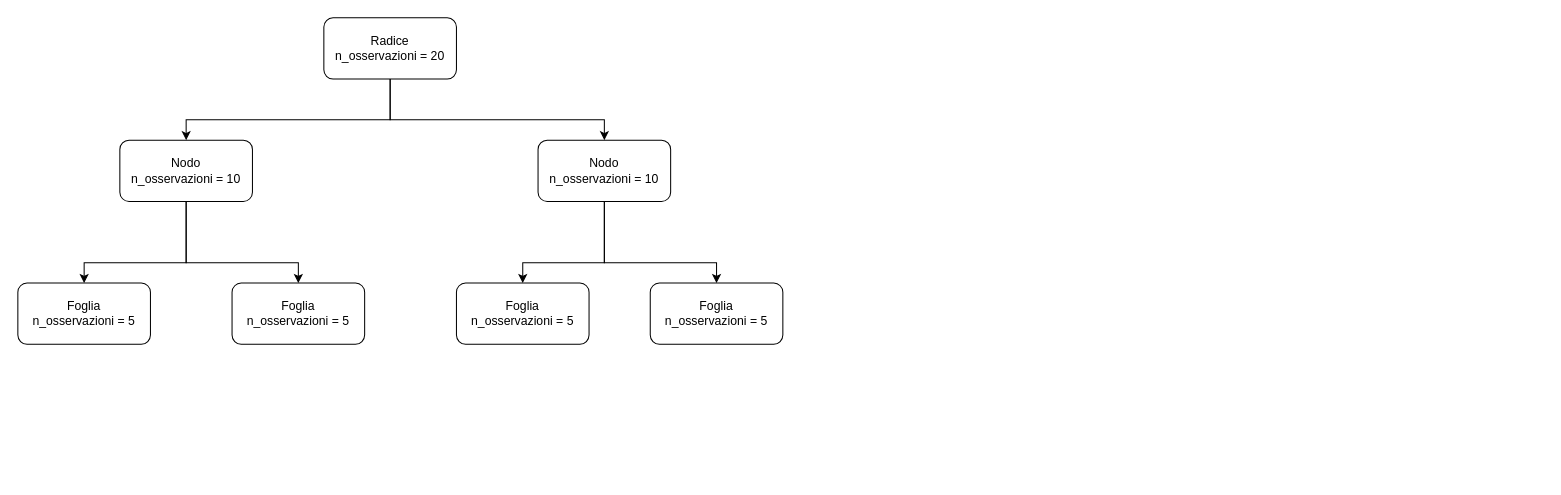
Above: IdentificaSatelliti/Diagramma senza titolo.drawio in UnJay-0/Tirocinio (draw.io), before the change. Source tidied: cells renumbered, new cells numbered last; positions are measured from the earlier drawing's top-left corner, leaving out a move shared by most shapes. Both pictures are drawn from the tidied source at 102%, with x=0, y=0 at pixel (17, 17).
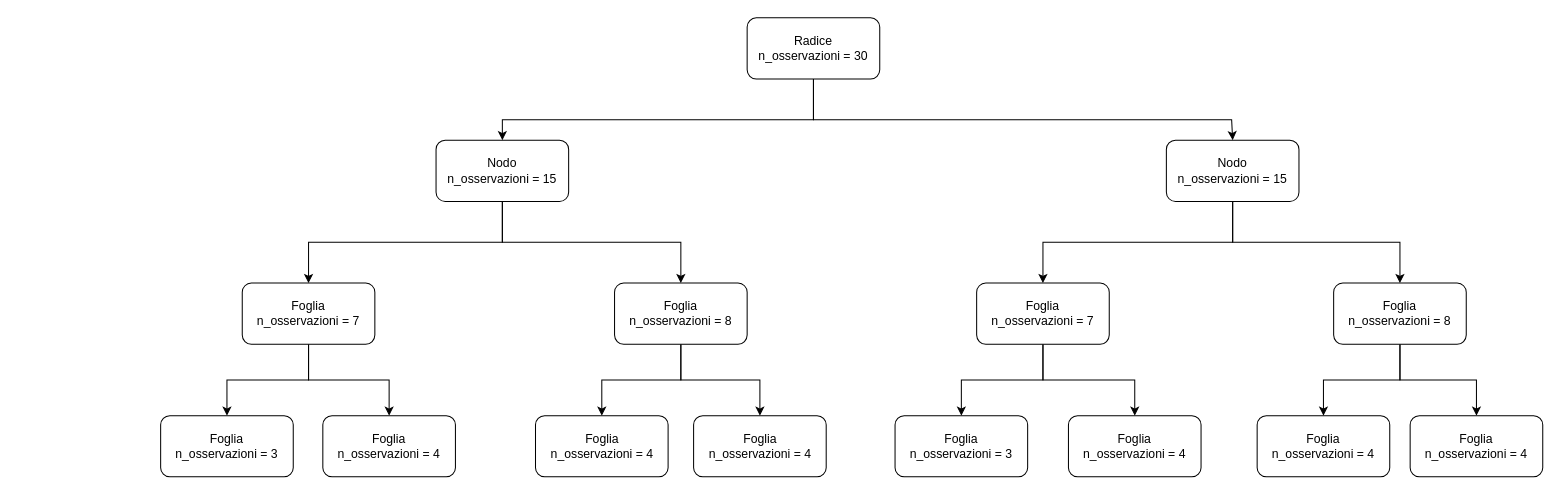
The same diagram, later.

Change to the diagram source:
```diff
@@
-    <mxCell id="2" value="Radice&lt;br&gt;n_osservazioni = 20" style="rounded=1;whiteSpace=wrap;html=1;fontSize=12;glass=0;strokeWidth=1;shadow=0;" parent="1" vertex="1">
-      <mxGeometry x="300" width="130" height="60" as="geometry" />
+    <mxCell id="2" value="Radice&lt;br&gt;n_osservazioni = 30" style="rounded=1;whiteSpace=wrap;html=1;fontSize=12;glass=0;strokeWidth=1;shadow=0;" parent="1" vertex="1">
+      <mxGeometry x="715" width="130" height="60" as="geometry" />
     </mxCell>
+    <mxCell id="11" style="edgeStyle=orthogonalEdgeStyle;rounded=0;jettySize=auto;html=1;exitX=0.5;exitY=1;exitDx=0;exitDy=0;entryX=0.5;entryY=0;entryDx=0;entryDy=0;" parent="1" edge="1" source="3" target="7">
+      <mxGeometry relative="1" as="geometry" />
+    </mxCell>
+    <mxCell id="12" style="edgeStyle=orthogonalEdgeStyle;rounded=0;jettySize=auto;html=1;exitX=0.5;exitY=1;exitDx=0;exitDy=0;entryX=0.5;entryY=0;entryDx=0;entryDy=0;" parent="1" edge="1" source="3" target="8">
+      <mxGeometry relative="1" as="geometry" />
+    </mxCell>
-    <mxCell id="3" value="Nodo&lt;br&gt;n_osservazioni = 10" style="rounded=1;whiteSpace=wrap;html=1;fontSize=12;glass=0;strokeWidth=1;shadow=0;" parent="1" vertex="1">
-      <mxGeometry x="100" y="120" width="130" height="60" as="geometry" />
+    <mxCell id="3" value="Nodo&lt;br&gt;n_osservazioni = 15" style="rounded=1;whiteSpace=wrap;html=1;fontSize=12;glass=0;strokeWidth=1;shadow=0;" parent="1" vertex="1">
+      <mxGeometry x="410" y="120" width="130" height="60" as="geometry" />
     </mxCell>
+    <mxCell id="13" style="edgeStyle=orthogonalEdgeStyle;rounded=0;jettySize=auto;html=1;exitX=0.5;exitY=1;exitDx=0;exitDy=0;entryX=0.5;entryY=0;entryDx=0;entryDy=0;" parent="1" edge="1" source="4" target="9">
+      <mxGeometry relative="1" as="geometry" />
+    </mxCell>
+    <mxCell id="14" style="edgeStyle=orthogonalEdgeStyle;rounded=0;jettySize=auto;html=1;exitX=0.5;exitY=1;exitDx=0;exitDy=0;entryX=0.5;entryY=0;entryDx=0;entryDy=0;" parent="1" edge="1" source="4" target="10">
+      <mxGeometry relative="1" as="geometry" />
+    </mxCell>
-    <mxCell id="4" value="Nodo&lt;br&gt;n_osservazioni = 10" style="rounded=1;whiteSpace=wrap;html=1;fontSize=12;glass=0;strokeWidth=1;shadow=0;" parent="1" vertex="1">
-      <mxGeometry x="510" y="120" width="130" height="60" as="geometry" />
+    <mxCell id="4" value="Nodo&lt;br&gt;n_osservazioni = 15" style="rounded=1;whiteSpace=wrap;html=1;fontSize=12;glass=0;strokeWidth=1;shadow=0;" parent="1" vertex="1">
+      <mxGeometry x="1126" y="120" width="130" height="60" as="geometry" />
     </mxCell>
     <mxCell id="5" style="endArrow=classic;html=1;rounded=0;exitX=0.5;exitY=1;exitDx=0;exitDy=0;entryX=0.5;entryY=0;entryDx=0;entryDy=0;" parent="1" edge="1" source="2" target="3">
       <mxGeometry relative="1" as="geometry">
         <Array as="points">
-          <mxPoint x="365" y="100" />
-          <mxPoint x="165" y="100" />
+          <mxPoint x="780" y="100" />
+          <mxPoint x="710" y="100" />
+          <mxPoint x="475" y="100" />
         </Array>
       </mxGeometry>
     </mxCell>
     <mxCell id="6" style="endArrow=classic;html=1;rounded=0;exitX=0.5;exitY=1;exitDx=0;exitDy=0;entryX=0.5;entryY=0;entryDx=0;entryDy=0;" parent="1" edge="1" source="2" target="4">
       <mxGeometry relative="1" as="geometry">
         <Array as="points">
-          <mxPoint x="365" y="100" />
-          <mxPoint x="575" y="100" />
+          <mxPoint x="780" y="100" />
+          <mxPoint x="870" y="100" />
+          <mxPoint x="1190" y="100" />
         </Array>
       </mxGeometry>
     </mxCell>
+    <mxCell id="15" style="edgeStyle=orthogonalEdgeStyle;rounded=0;jettySize=auto;html=1;exitX=0.5;exitY=1;exitDx=0;exitDy=0;entryX=0.5;entryY=0;entryDx=0;entryDy=0;" parent="1" edge="1" source="7" target="23">
+      <mxGeometry relative="1" as="geometry" />
+    </mxCell>
+    <mxCell id="16" style="edgeStyle=orthogonalEdgeStyle;rounded=0;jettySize=auto;html=1;exitX=0.5;exitY=1;exitDx=0;exitDy=0;entryX=0.5;entryY=0;entryDx=0;entryDy=0;" parent="1" edge="1" source="7" target="24">
+      <mxGeometry relative="1" as="geometry" />
+    </mxCell>
-    <mxCell id="7" value="Foglia&lt;br&gt;n_osservazioni = 5" style="rounded=1;whiteSpace=wrap;html=1;fontSize=12;glass=0;strokeWidth=1;shadow=0;" parent="1" vertex="1">
-      <mxGeometry y="260" width="130" height="60" as="geometry" />
+    <mxCell id="7" value="Foglia&lt;br&gt;n_osservazioni = 7" style="rounded=1;whiteSpace=wrap;html=1;fontSize=12;glass=0;strokeWidth=1;shadow=0;" parent="1" vertex="1">
+      <mxGeometry x="220" y="260" width="130" height="60" as="geometry" />
     </mxCell>
+    <mxCell id="17" style="edgeStyle=orthogonalEdgeStyle;rounded=0;jettySize=auto;html=1;exitX=0.5;exitY=1;exitDx=0;exitDy=0;entryX=0.5;entryY=0;entryDx=0;entryDy=0;" parent="1" edge="1" source="8" target="25">
+      <mxGeometry relative="1" as="geometry" />
+    </mxCell>
+    <mxCell id="18" style="edgeStyle=orthogonalEdgeStyle;rounded=0;jettySize=auto;html=1;exitX=0.5;exitY=1;exitDx=0;exitDy=0;entryX=0.5;entryY=0;entryDx=0;entryDy=0;" parent="1" edge="1" source="8" target="26">
+      <mxGeometry relative="1" as="geometry" />
+    </mxCell>
-    <mxCell id="8" value="Foglia&lt;br&gt;n_osservazioni = 5" style="rounded=1;whiteSpace=wrap;html=1;fontSize=12;glass=0;strokeWidth=1;shadow=0;" parent="1" vertex="1">
-      <mxGeometry x="210" y="260" width="130" height="60" as="geometry" />
+    <mxCell id="8" value="Foglia&lt;br&gt;n_osservazioni = 8" style="rounded=1;whiteSpace=wrap;html=1;fontSize=12;glass=0;strokeWidth=1;shadow=0;" parent="1" vertex="1">
+      <mxGeometry x="585" y="260" width="130" height="60" as="geometry" />
     </mxCell>
+    <mxCell id="19" style="edgeStyle=orthogonalEdgeStyle;rounded=0;jettySize=auto;html=1;exitX=0.5;exitY=1;exitDx=0;exitDy=0;" parent="1" edge="1" source="9" target="27">
+      <mxGeometry relative="1" as="geometry" />
+    </mxCell>
+    <mxCell id="20" style="edgeStyle=orthogonalEdgeStyle;rounded=0;jettySize=auto;html=1;exitX=0.5;exitY=1;exitDx=0;exitDy=0;" parent="1" edge="1" source="9" target="28">
+      <mxGeometry relative="1" as="geometry" />
+    </mxCell>
-    <mxCell id="9" value="Foglia&lt;br&gt;n_osservazioni = 5" style="rounded=1;whiteSpace=wrap;html=1;fontSize=12;glass=0;strokeWidth=1;shadow=0;" parent="1" vertex="1">
-      <mxGeometry x="430" y="260" width="130" height="60" as="geometry" />
+    <mxCell id="9" value="Foglia&lt;br&gt;n_osservazioni = 7" style="rounded=1;whiteSpace=wrap;html=1;fontSize=12;glass=0;strokeWidth=1;shadow=0;" parent="1" vertex="1">
+      <mxGeometry x="940" y="260" width="130" height="60" as="geometry" />
     </mxCell>
+    <mxCell id="21" style="edgeStyle=orthogonalEdgeStyle;rounded=0;jettySize=auto;html=1;exitX=0.5;exitY=1;exitDx=0;exitDy=0;entryX=0.5;entryY=0;entryDx=0;entryDy=0;" parent="1" edge="1" source="10" target="29">
+      <mxGeometry relative="1" as="geometry" />
+    </mxCell>
+    <mxCell id="22" style="edgeStyle=orthogonalEdgeStyle;rounded=0;jettySize=auto;html=1;exitX=0.5;exitY=1;exitDx=0;exitDy=0;entryX=0.5;entryY=0;entryDx=0;entryDy=0;" parent="1" edge="1" source="10" target="30">
+      <mxGeometry relative="1" as="geometry" />
+    </mxCell>
-    <mxCell id="10" value="Foglia&lt;br&gt;n_osservazioni = 5" style="rounded=1;whiteSpace=wrap;html=1;fontSize=12;glass=0;strokeWidth=1;shadow=0;" parent="1" vertex="1">
-      <mxGeometry x="620" y="260" width="130" height="60" as="geometry" />
+    <mxCell id="10" value="Foglia&lt;br&gt;n_osservazioni = 8" style="rounded=1;whiteSpace=wrap;html=1;fontSize=12;glass=0;strokeWidth=1;shadow=0;" parent="1" vertex="1">
+      <mxGeometry x="1290" y="260" width="130" height="60" as="geometry" />
     </mxCell>
-    <mxCell id="11" style="endArrow=classic;html=1;rounded=0;exitX=0.5;exitY=1;exitDx=0;exitDy=0;entryX=0.5;entryY=0;entryDx=0;entryDy=0;" parent="1" edge="1" source="3" target="7">
-      <mxGeometry relative="1" as="geometry">
-        <Array as="points">
-          <mxPoint x="165" y="240" />
-          <mxPoint x="65" y="240" />
-        </Array>
-      </mxGeometry>
-    </mxCell>
-    <mxCell id="12" style="endArrow=classic;html=1;rounded=0;entryX=0.5;entryY=0;entryDx=0;entryDy=0;exitX=0.5;exitY=1;exitDx=0;exitDy=0;" parent="1" edge="1" source="3" target="8">
-      <mxGeometry relative="1" as="geometry">
-        <Array as="points">
-          <mxPoint x="165" y="240" />
-          <mxPoint x="275" y="240" />
-        </Array>
-      </mxGeometry>
-    </mxCell>
-    <mxCell id="13" style="endArrow=classic;html=1;rounded=0;exitX=0.5;exitY=1;exitDx=0;exitDy=0;entryX=0.5;entryY=0;entryDx=0;entryDy=0;" parent="1" edge="1" source="4" target="9">
-      <mxGeometry relative="1" as="geometry">
-        <Array as="points">
-          <mxPoint x="575" y="240" />
-          <mxPoint x="495" y="240" />
-        </Array>
-      </mxGeometry>
-    </mxCell>
-    <mxCell id="14" style="endArrow=classic;html=1;rounded=0;entryX=0.5;entryY=0;entryDx=0;entryDy=0;exitX=0.5;exitY=1;exitDx=0;exitDy=0;" parent="1" edge="1" source="4" target="10">
-      <mxGeometry relative="1" as="geometry">
-        <Array as="points">
-          <mxPoint x="575" y="240" />
-          <mxPoint x="685" y="240" />
-        </Array>
-      </mxGeometry>
-    </mxCell>
+    <mxCell id="23" value="Foglia&lt;br&gt;n_osservazioni = 3" style="rounded=1;whiteSpace=wrap;html=1;fontSize=12;glass=0;strokeWidth=1;shadow=0;" parent="1" vertex="1">
+      <mxGeometry x="140" y="390" width="130" height="60" as="geometry" />
+    </mxCell>
+    <mxCell id="24" value="Foglia&lt;br&gt;n_osservazioni = 4" style="rounded=1;whiteSpace=wrap;html=1;fontSize=12;glass=0;strokeWidth=1;shadow=0;" parent="1" vertex="1">
+      <mxGeometry x="299" y="390" width="130" height="60" as="geometry" />
+    </mxCell>
+    <mxCell id="25" value="Foglia&lt;br&gt;n_osservazioni = 4" style="rounded=1;whiteSpace=wrap;html=1;fontSize=12;glass=0;strokeWidth=1;shadow=0;" parent="1" vertex="1">
+      <mxGeometry x="507.5" y="390" width="130" height="60" as="geometry" />
+    </mxCell>
+    <mxCell id="26" value="Foglia&lt;br&gt;n_osservazioni = 4" style="rounded=1;whiteSpace=wrap;html=1;fontSize=12;glass=0;strokeWidth=1;shadow=0;" parent="1" vertex="1">
+      <mxGeometry x="662.5" y="390" width="130" height="60" as="geometry" />
+    </mxCell>
+    <mxCell id="27" value="Foglia&lt;br&gt;n_osservazioni = 3" style="rounded=1;whiteSpace=wrap;html=1;fontSize=12;glass=0;strokeWidth=1;shadow=0;" parent="1" vertex="1">
+      <mxGeometry x="860" y="390" width="130" height="60" as="geometry" />
+    </mxCell>
+    <mxCell id="28" value="Foglia&lt;br&gt;n_osservazioni = 4" style="rounded=1;whiteSpace=wrap;html=1;fontSize=12;glass=0;strokeWidth=1;shadow=0;" parent="1" vertex="1">
+      <mxGeometry x="1030" y="390" width="130" height="60" as="geometry" />
+    </mxCell>
+    <mxCell id="29" value="Foglia&lt;br&gt;n_osservazioni = 4" style="rounded=1;whiteSpace=wrap;html=1;fontSize=12;glass=0;strokeWidth=1;shadow=0;" parent="1" vertex="1">
+      <mxGeometry x="1215" y="390" width="130" height="60" as="geometry" />
+    </mxCell>
+    <mxCell id="30" value="Foglia&lt;br&gt;n_osservazioni = 4" style="rounded=1;whiteSpace=wrap;html=1;fontSize=12;glass=0;strokeWidth=1;shadow=0;" parent="1" vertex="1">
+      <mxGeometry x="1365" y="390" width="130" height="60" as="geometry" />
+    </mxCell>
```
